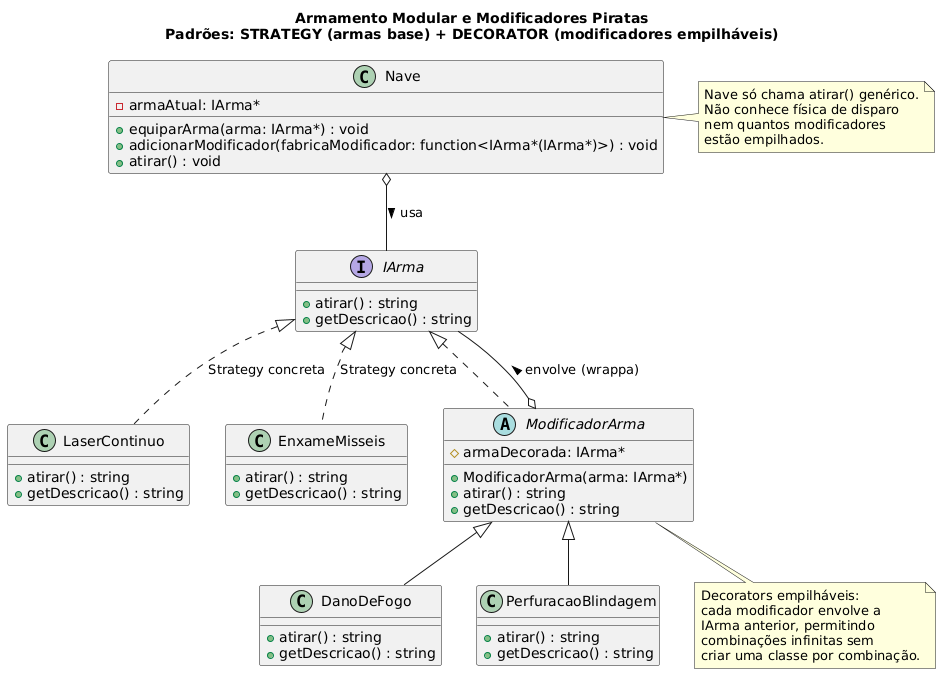
Before: diagramas/diagrama3.png, a diagram exported from PlantUML (sfDavi/desafio-labtime-2026).
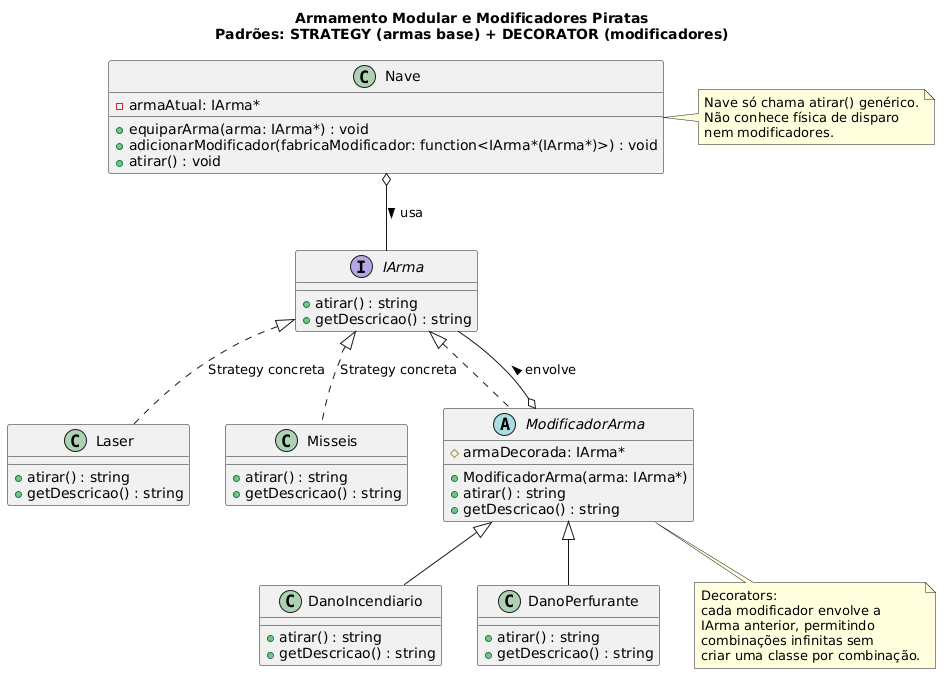
The same diagram one commit later.

The edit, as a diff of the source:
```diff
@@ -1,17 +1,17 @@
 @startuml
-title Armamento Modular e Modificadores Piratas\nPadrões: STRATEGY (armas base) + DECORATOR (modificadores empilháveis)
+title Armamento Modular e Modificadores Piratas\nPadrões: STRATEGY (armas base) + DECORATOR (modificadores)
 
 interface IArma {
     +atirar() : string
     +getDescricao() : string
 }
 
-class LaserContinuo {
+class Laser {
     +atirar() : string
     +getDescricao() : string
 }
 
-class EnxameMisseis {
+class Misseis {
     +atirar() : string
     +getDescricao() : string
 }
@@ -23,12 +23,12 @@
     +getDescricao() : string
 }
 
-class DanoDeFogo {
+class DanoIncendiario {
     +atirar() : string
     +getDescricao() : string
 }
 
-class PerfuracaoBlindagem {
+class DanoPerfurante {
     +atirar() : string
     +getDescricao() : string
 }
@@ -40,23 +40,22 @@
     +atirar() : void
 }
 
-IArma <|.. LaserContinuo : Strategy concreta
-IArma <|.. EnxameMisseis : Strategy concreta
+IArma <|.. Laser : Strategy concreta
+IArma <|.. Misseis : Strategy concreta
 IArma <|.. ModificadorArma
-ModificadorArma <|-- DanoDeFogo
-ModificadorArma <|-- PerfuracaoBlindagem
-ModificadorArma o-- IArma : envolve (wrappa) >
+ModificadorArma <|-- DanoIncendiario
+ModificadorArma <|-- DanoPerfurante
+ModificadorArma o-- IArma : envolve >
 Nave o-- IArma : usa >
 
 note right of Nave
   Nave só chama atirar() genérico.
   Não conhece física de disparo
-  nem quantos modificadores
-  estão empilhados.
+  nem modificadores.
 end note
 
 note bottom of ModificadorArma
-  Decorators empilháveis:
+  Decorators:
   cada modificador envolve a
   IArma anterior, permitindo
   combinações infinitas sem
```
